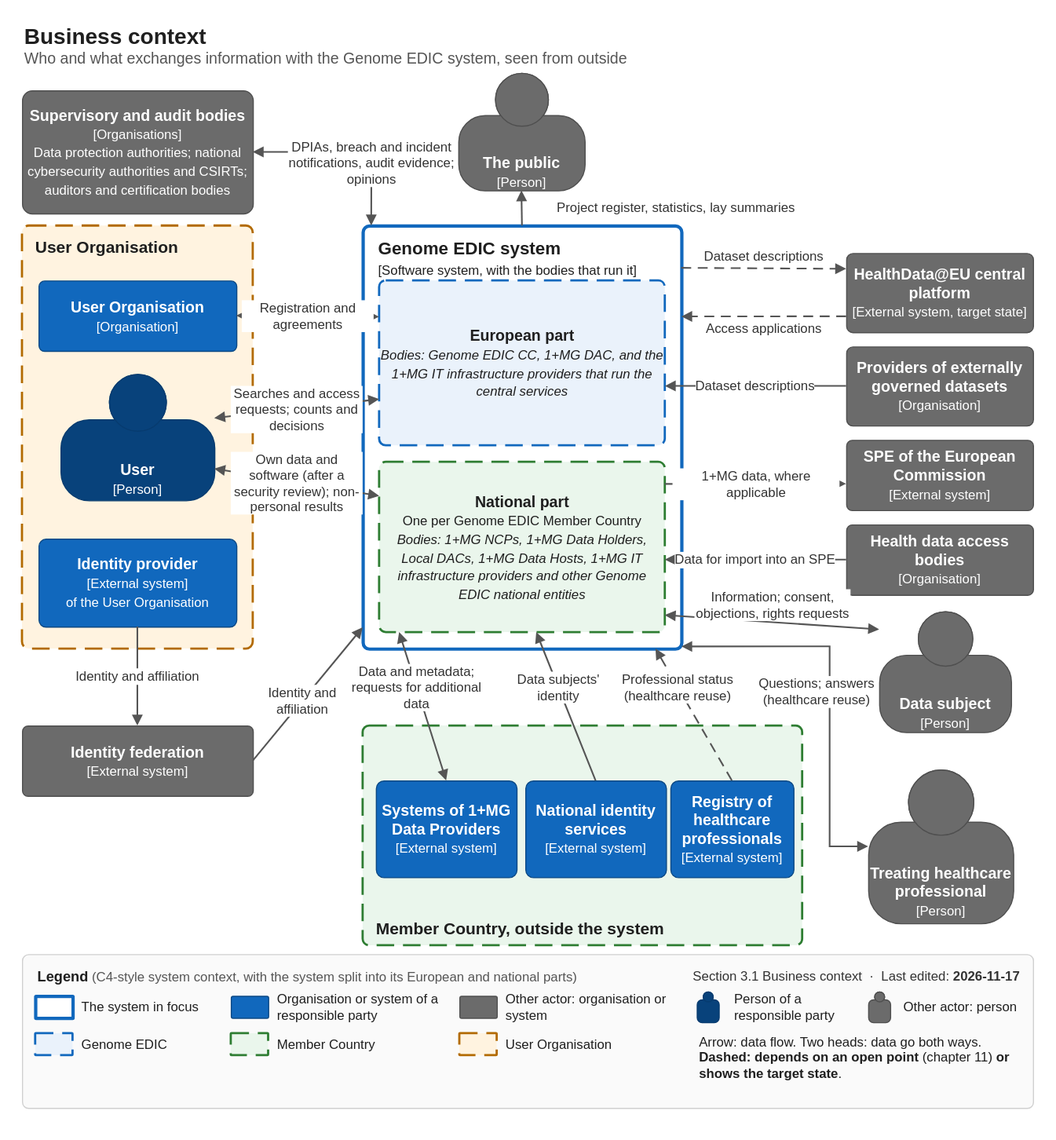
This is static/diagrams/3.1-business-context.drawio.svg from GenomicDataInfrastructure/system-architecture, a draw.io export, as it was before one commit. Source tidied: cells renumbered, new cells last; positions are measured from the earlier drawing's top-left corner, leaving out a move shared by most shapes.
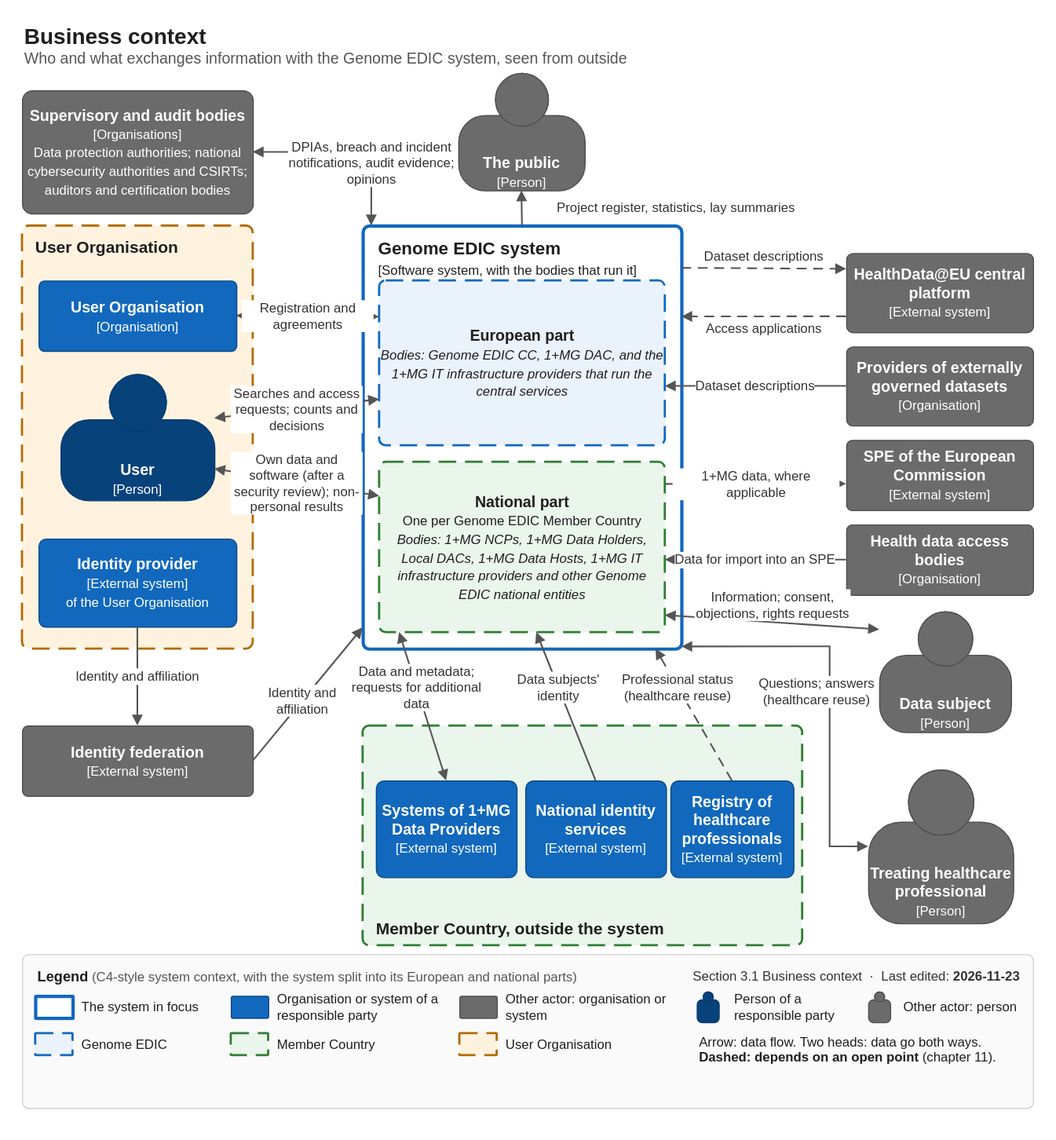
After the change.

Commit message:
Wave 1: the target state only (applies D-039)

3.1 drops "What GDI already delivers" and the "target state" labels;
dashed arrows mean an open point (text, table and diagram legend).
1.3: the European Commission and GDI rows no longer ask what exists
today. The 3.1 diagram legend now shows its real last edit date.

Diff of the diagram source:
```diff
@@ -35,7 +35,7 @@
     <mxCell id="12" value="&lt;b&gt;Supervisory and audit bodies&lt;/b&gt;&lt;br&gt;&lt;font style=&quot;font-size: 12px&quot;&gt;[Organisations]&lt;/font&gt;&lt;br&gt;&lt;font style=&quot;font-size: 12px&quot;&gt;Data protection authorities; national cybersecurity authorities and CSIRTs; auditors and certification bodies&lt;/font&gt;" style="rounded=1;arcSize=8;whiteSpace=wrap;html=1;fontColor=#FFFFFF;fontSize=14;verticalAlign=middle;fillColor=#6B6B6B;strokeColor=#4F4F4F;" parent="1" vertex="1">
       <mxGeometry x="20" y="82" width="210" height="112" as="geometry" />
     </mxCell>
-    <mxCell id="13" value="&lt;b&gt;HealthData@EU central platform&lt;/b&gt;&lt;br&gt;&lt;font style=&quot;font-size: 12px&quot;&gt;[External system, target state]&lt;/font&gt;" style="rounded=1;arcSize=8;whiteSpace=wrap;html=1;fontColor=#FFFFFF;fontSize=14;verticalAlign=middle;fillColor=#6B6B6B;strokeColor=#4F4F4F;" parent="1" vertex="1">
+    <mxCell id="13" value="&lt;b&gt;HealthData@EU central platform&lt;/b&gt;&lt;br&gt;&lt;font style=&quot;font-size: 12px&quot;&gt;[External system]&lt;/font&gt;" style="rounded=1;arcSize=8;whiteSpace=wrap;html=1;fontColor=#FFFFFF;fontSize=14;verticalAlign=middle;fillColor=#6B6B6B;strokeColor=#4F4F4F;" parent="1" vertex="1">
       <mxGeometry x="770" y="230" width="170" height="72" as="geometry" />
     </mxCell>
     <mxCell id="14" value="&lt;b&gt;Providers of externally governed datasets&lt;/b&gt;&lt;br&gt;&lt;font style=&quot;font-size: 12px&quot;&gt;[Organisation]&lt;/font&gt;" style="rounded=1;arcSize=8;whiteSpace=wrap;html=1;fontColor=#FFFFFF;fontSize=14;verticalAlign=middle;fillColor=#6B6B6B;strokeColor=#4F4F4F;" parent="1" vertex="1">
@@ -143,7 +143,7 @@
     <mxCell id="42" value="&lt;b style=&quot;font-size: 13px&quot;&gt;Legend&lt;/b&gt; &lt;font style=&quot;font-size: 12px&quot; color=&quot;#555555&quot;&gt;(C4-style system context, with the system split into its European and national parts)&lt;/font&gt;" style="text;html=1;whiteSpace=wrap;strokeColor=none;fillColor=none;align=left;verticalAlign=top;fontColor=#1F1F1F;" parent="41" vertex="1">
       <mxGeometry x="12" y="6" width="520" height="22" as="geometry" />
     </mxCell>
-    <mxCell id="43" value="&lt;font style=&quot;font-size: 12px&quot; color=&quot;#333333&quot;&gt;Section 3.1 Business context&amp;nbsp;&amp;nbsp;·&amp;nbsp;&amp;nbsp;Last edited: &lt;b&gt;2026-11-17&lt;/b&gt;&lt;/font&gt;" style="text;html=1;whiteSpace=wrap;strokeColor=none;fillColor=none;align=left;verticalAlign=top;fontColor=#1F1F1F;align=right;" parent="41" vertex="1">
+    <mxCell id="43" value="&lt;font style=&quot;font-size: 12px&quot; color=&quot;#333333&quot;&gt;Section 3.1 Business context&amp;nbsp;&amp;nbsp;·&amp;nbsp;&amp;nbsp;Last edited: &lt;b&gt;2026-11-23&lt;/b&gt;&lt;/font&gt;" style="text;html=1;whiteSpace=wrap;strokeColor=none;fillColor=none;align=left;verticalAlign=top;fontColor=#1F1F1F;align=right;" parent="41" vertex="1">
       <mxGeometry x="540" y="6" width="370" height="22" as="geometry" />
     </mxCell>
     <mxCell id="44" style="rounded=1;arcSize=2;whiteSpace=wrap;html=1;strokeWidth=3;fillColor=#FFFFFF;strokeColor=#1168BD;fontColor=#1F1F1F;fontSize=16;verticalAlign=top;align=left;spacingLeft=12;spacingTop=4;" parent="41" vertex="1">
@@ -194,7 +194,7 @@
     <mxCell id="59" value="&lt;font style=&quot;font-size: 12px&quot;&gt;User Organisation&lt;/font&gt;" style="text;html=1;whiteSpace=wrap;strokeColor=none;fillColor=none;align=left;verticalAlign=top;fontColor=#1F1F1F;verticalAlign=middle;" parent="41" vertex="1">
       <mxGeometry x="438" y="71" width="150" height="22" as="geometry" />
     </mxCell>
-    <mxCell id="60" value="&lt;font style=&quot;font-size: 12px&quot;&gt;Arrow: data flow. Two heads: data go both ways. &lt;b&gt;Dashed: depends on an open point&lt;/b&gt; (chapter 11) &lt;b&gt;or shows the target state&lt;/b&gt;.&lt;/font&gt;" style="text;html=1;whiteSpace=wrap;strokeColor=none;fillColor=none;align=left;verticalAlign=top;fontColor=#1F1F1F;verticalAlign=top;" parent="41" vertex="1">
+    <mxCell id="60" value="&lt;font style=&quot;font-size: 12px&quot;&gt;Arrow: data flow. Two heads: data go both ways. &lt;b&gt;Dashed: depends on an open point&lt;/b&gt; (chapter 11).&lt;/font&gt;" style="text;html=1;whiteSpace=wrap;strokeColor=none;fillColor=none;align=left;verticalAlign=top;fontColor=#1F1F1F;verticalAlign=top;" parent="41" vertex="1">
       <mxGeometry x="614" y="66" width="296" height="60" as="geometry" />
     </mxCell>
   </root>
```
